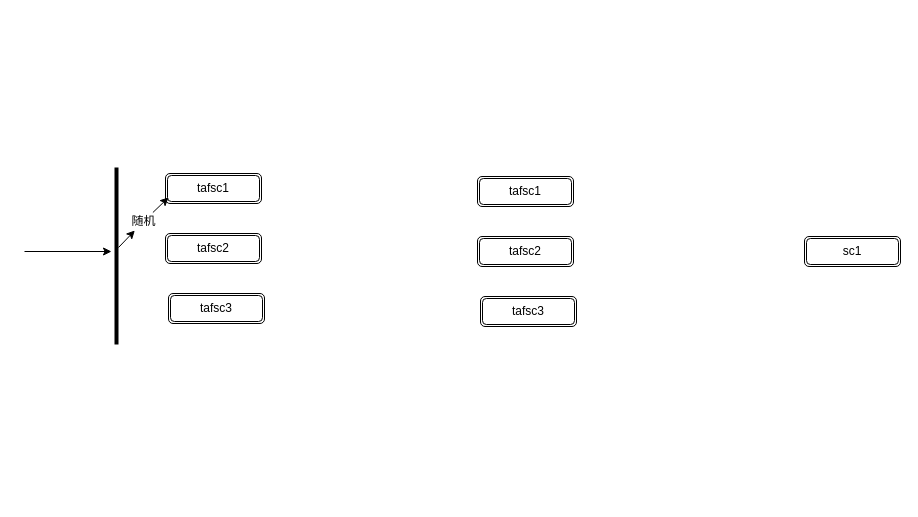
Before: tafsc.drawio in xdksx/hello-world, a draw.io diagram. Source tidied: cells renumbered, new cells numbered last; positions are measured from the earlier drawing's top-left corner, leaving out a move shared by most shapes. Both pictures are drawn from the tidied source at 100%, with x=0, y=0 at pixel (24, 167).
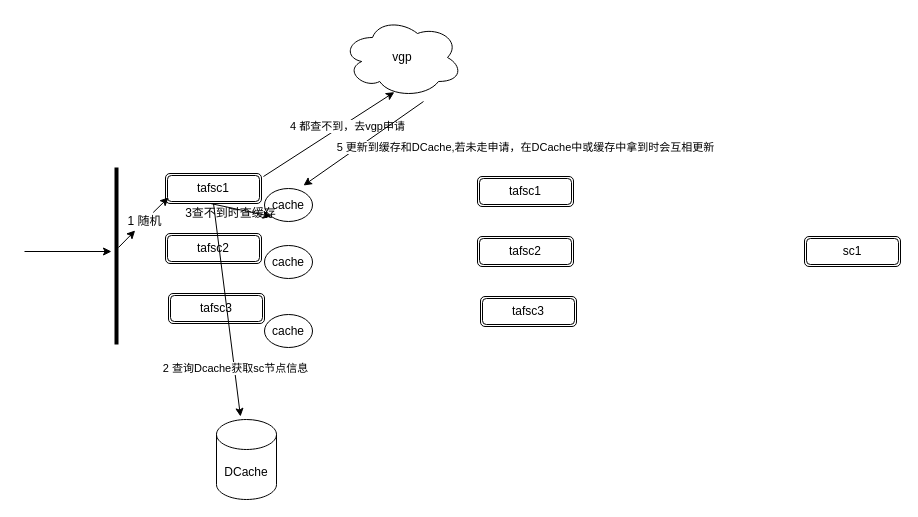
Above is the later version.

The change refers to these unchanged cells:
```xml
<mxCell id="3" value="tafsc1" style="shape=ext;double=1;rounded=1;whiteSpace=wrap;html=1;" parent="1" vertex="1">
  <mxGeometry x="141" y="6" width="96" height="30" as="geometry" />
</mxCell>
```

Change to the diagram source:
```diff
@@
-    <mxCell id="8" value="随机" style="text;html=1;align=center;verticalAlign=middle;points=[];" parent="1" vertex="1">
-      <mxGeometry x="101" y="45" width="36" height="18" as="geometry" />
+    <mxCell id="8" value="1 随机" style="text;html=1;align=center;verticalAlign=middle;points=[];" parent="1" vertex="1">
+      <mxGeometry x="97" y="45" width="45" height="18" as="geometry" />
     </mxCell>
@@
+    <mxCell id="14" value="cache" style="ellipse;whiteSpace=wrap;html=1;" parent="1" vertex="1">
+      <mxGeometry x="240" y="21" width="48" height="33" as="geometry" />
+    </mxCell>
+    <mxCell id="15" value="cache" style="ellipse;whiteSpace=wrap;html=1;" parent="1" vertex="1">
+      <mxGeometry x="240" y="78" width="48" height="33" as="geometry" />
+    </mxCell>
+    <mxCell id="16" value="cache" style="ellipse;whiteSpace=wrap;html=1;" parent="1" vertex="1">
+      <mxGeometry x="240" y="147" width="48" height="33" as="geometry" />
+    </mxCell>
+    <mxCell id="17" value="DCache" style="shape=cylinder3;whiteSpace=wrap;html=1;boundedLbl=1;backgroundOutline=1;size=15;" parent="1" vertex="1">
+      <mxGeometry x="192" y="252" width="60" height="80" as="geometry" />
+    </mxCell>
+    <mxCell id="18" style="endArrow=classic;html=1;exitX=0.5;exitY=1;exitDx=0;exitDy=0;" parent="1" edge="1" source="3">
+      <mxGeometry relative="1" as="geometry">
+        <mxPoint x="216" y="249" as="targetPoint" />
+      </mxGeometry>
+    </mxCell>
+    <mxCell id="19" value="2 查询Dcache获取sc节点信息" style="edgeLabel;html=1;align=center;verticalAlign=middle;" parent="18" vertex="1">
+      <mxGeometry x="0.55" y="1" relative="1" as="geometry" />
+    </mxCell>
+    <mxCell id="20" style="endArrow=classic;html=1;entryX=0;entryY=1;entryDx=0;entryDy=0;" parent="1" edge="1" target="14">
+      <mxGeometry relative="1" as="geometry">
+        <mxPoint x="186" y="36" as="sourcePoint" />
+      </mxGeometry>
+    </mxCell>
+    <mxCell id="21" value="3查不到时查缓存" style="text;html=1;align=center;verticalAlign=middle;" parent="1" vertex="1">
+      <mxGeometry x="155" y="37" width="102" height="18" as="geometry" />
+    </mxCell>
+    <mxCell id="22" value="vgp" style="ellipse;shape=cloud;whiteSpace=wrap;html=1;" parent="1" vertex="1">
+      <mxGeometry x="318" y="-150" width="120" height="80" as="geometry" />
+    </mxCell>
+    <mxCell id="23" style="endArrow=classic;html=1;entryX=0.432;entryY=0.933;entryDx=0;entryDy=0;entryPerimeter=0;" parent="1" edge="1" target="22">
+      <mxGeometry relative="1" as="geometry">
+        <mxPoint x="239" y="9" as="sourcePoint" />
+      </mxGeometry>
+    </mxCell>
+    <mxCell id="24" value="4 都查不到，去vgp申请" style="edgeLabel;html=1;align=center;verticalAlign=middle;" parent="23" vertex="1">
+      <mxGeometry x="0.26" y="-3" relative="1" as="geometry" />
+    </mxCell>
+    <mxCell id="25" style="endArrow=classic;html=1;" parent="1" edge="1">
+      <mxGeometry relative="1" as="geometry">
+        <mxPoint x="399" y="-66" as="sourcePoint" />
+        <mxPoint x="279" y="18" as="targetPoint" />
+      </mxGeometry>
+    </mxCell>
+    <mxCell id="26" value="5 更新到缓存和DCache,若未走申请，在DCache中或缓存中拿到时会互相更新" style="edgeLabel;html=1;align=center;verticalAlign=middle;" parent="25" vertex="1">
+      <mxGeometry x="0.19" y="-1" relative="1" as="geometry">
+        <mxPoint x="173.6" y="-3.9" as="offset" />
+      </mxGeometry>
+    </mxCell>
```
